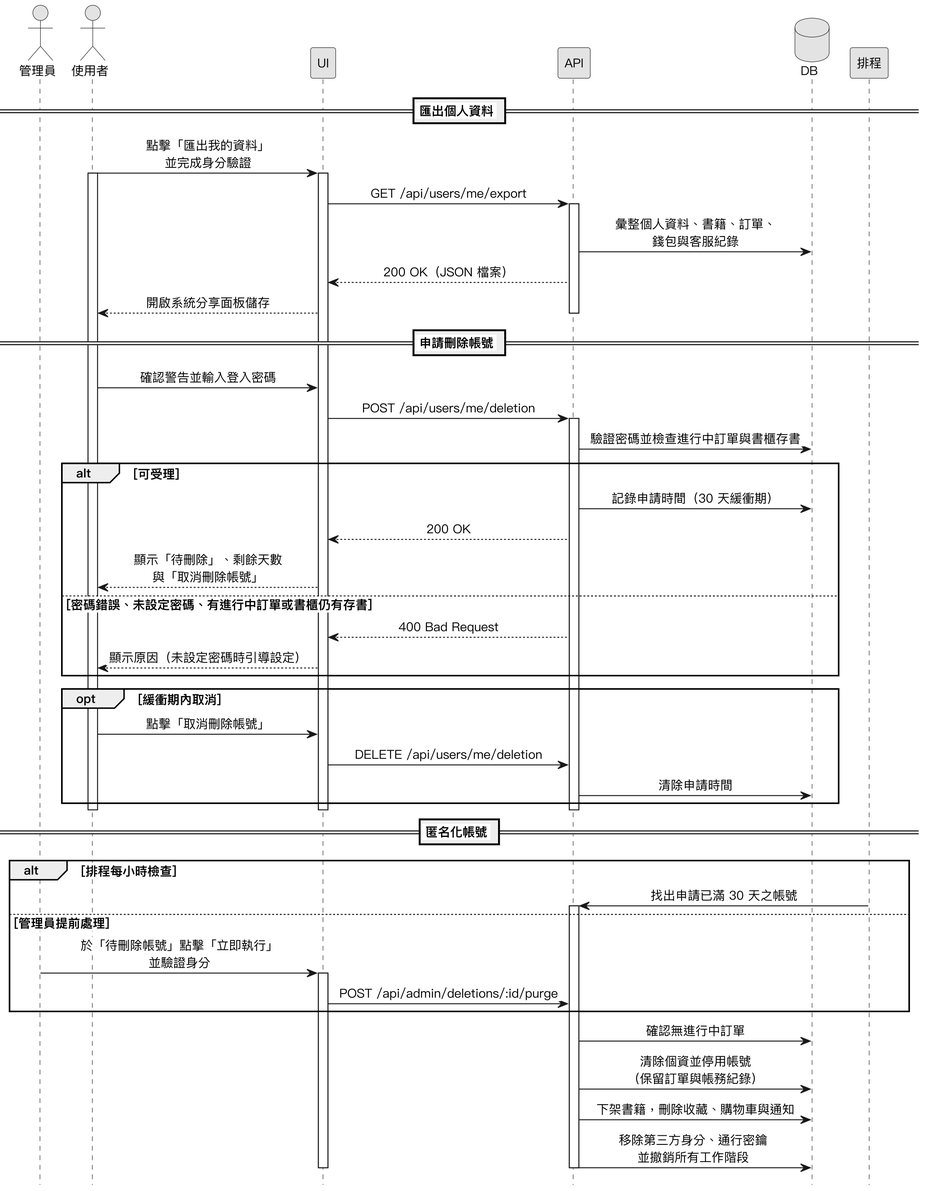
SaveMyBook/SaveMyBook keeps this PlantUML diagram as Diagrams/Sequence Diagrams/v3/seq_account_deletion.png. Above is the earlier version.
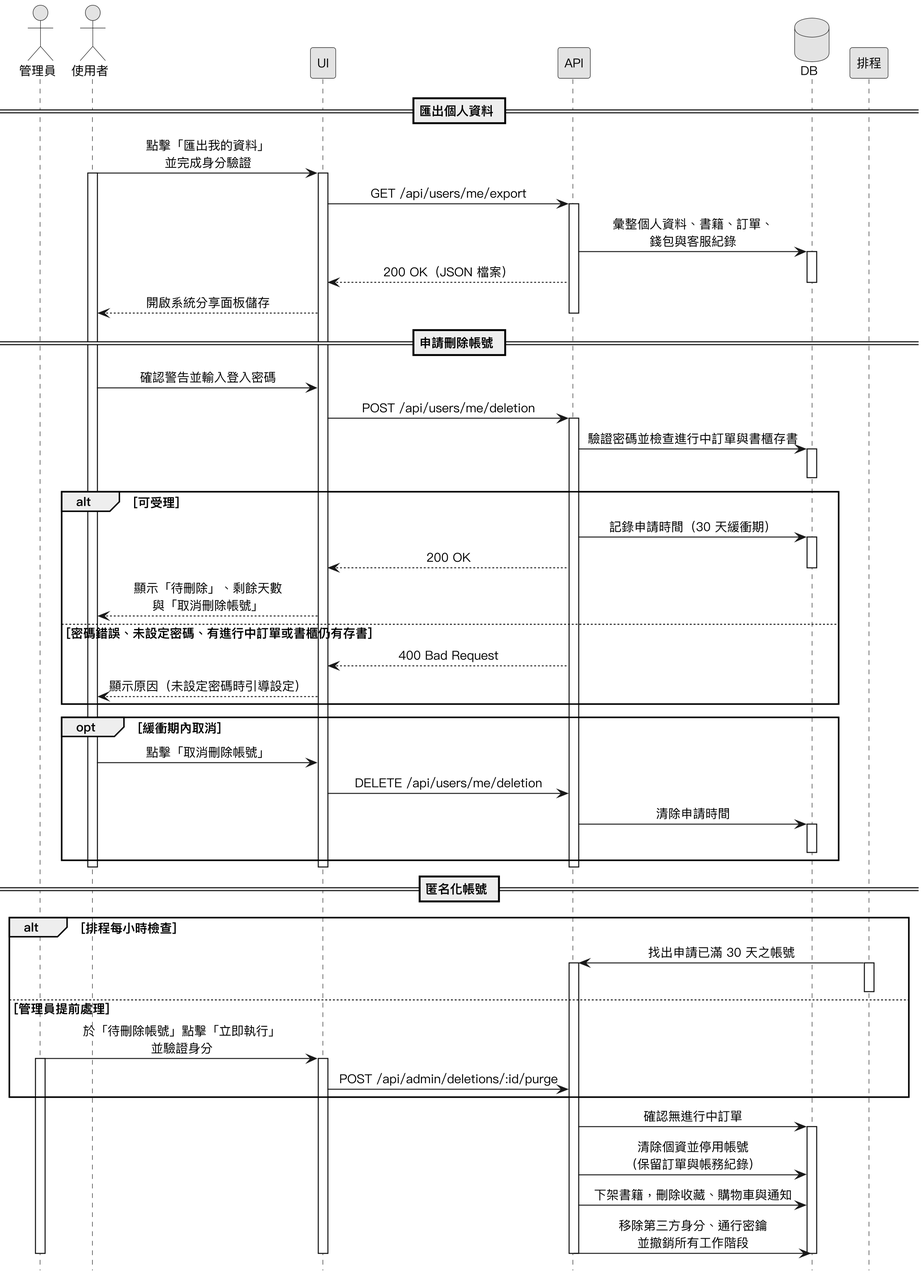
Later version of the same file.

The edit, as a diff of the source:
```diff
@@ -22,7 +22,9 @@
 UI -> API : GET /api/users/me/export
 activate API
 API -> DB : 彙整個人資料、書籍、訂單、\n錢包與客服紀錄
+activate DB
 API --> UI : 200 OK（JSON 檔案）
+deactivate DB
 UI --> 使用者 : 開啟系統分享面板儲存
 deactivate API
 
@@ -30,10 +32,13 @@
 使用者 -> UI : 確認警告並輸入登入密碼
 UI -> API : POST /api/users/me/deletion
 activate API
-API -> DB : 驗證密碼並檢查進行中訂單與書櫃存書
+API -> DB ++ : 驗證密碼並檢查進行中訂單與書櫃存書
+deactivate DB
 alt 可受理
   API -> DB : 記錄申請時間（30 天緩衝期）
+  activate DB
   API --> UI : 200 OK
+  deactivate DB
   UI --> 使用者 : 顯示「待刪除」、剩餘天數\n與「取消刪除帳號」
 else 密碼錯誤、未設定密碼、有進行中訂單或書櫃仍有存書
   API --> UI : 400 Bad Request
@@ -42,7 +47,8 @@
 opt 緩衝期內取消
   使用者 -> UI : 點擊「取消刪除帳號」
   UI -> API : DELETE /api/users/me/deletion
-  API -> DB : 清除申請時間
+  API -> DB ++ : 清除申請時間
+  deactivate DB
 end
 deactivate API
 deactivate UI
@@ -51,16 +57,22 @@
 == 匿名化帳號 ==
 alt 排程每小時檢查
   排程 -> API : 找出申請已滿 30 天之帳號
+  activate 排程
   activate API
+  deactivate 排程
 else 管理員提前處理
   管理員 -> UI : 於「待刪除帳號」點擊「立即執行」\n並驗證身分
+  activate 管理員
   activate UI
   UI -> API : POST /api/admin/deletions/:id/purge
 end
 API -> DB : 確認無進行中訂單
+activate DB
 API -> DB : 清除個資並停用帳號\n（保留訂單與帳務紀錄）
 API -> DB : 下架書籍，刪除收藏、購物車與通知
 API -> DB : 移除第三方身分、通行密鑰\n並撤銷所有工作階段
+deactivate DB
 deactivate API
 deactivate UI
+deactivate 管理員
 @enduml
```
